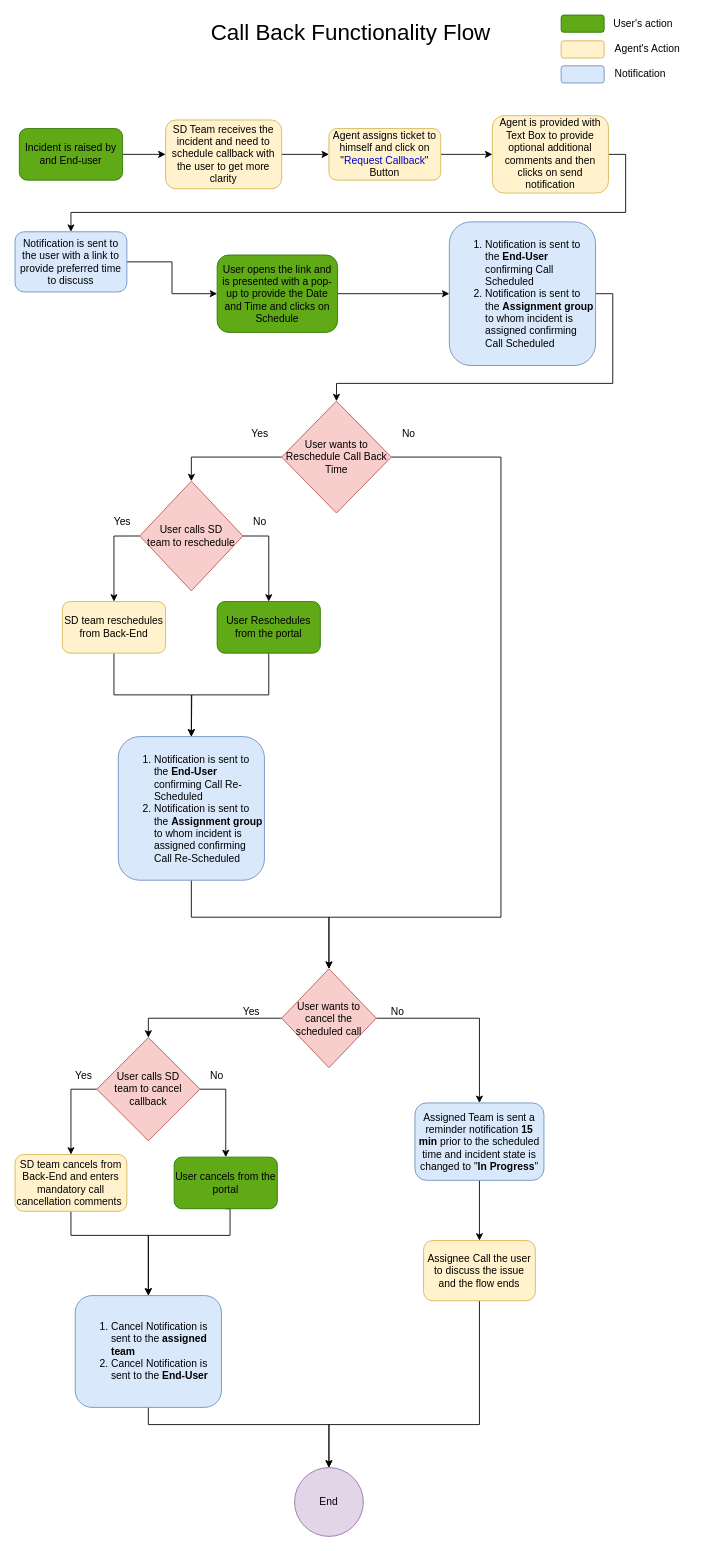
The draw.io diagram Untitled Diagram.drawio in sunjyot1993/Call-Back-Flow, before the edit. Source tidied: cells renumbered, new cells numbered last; positions are measured from the earlier drawing's top-left corner, leaving out a move shared by most shapes. Both pictures are drawn from the tidied source at 86%, with x=0, y=0 at pixel (15, 15).
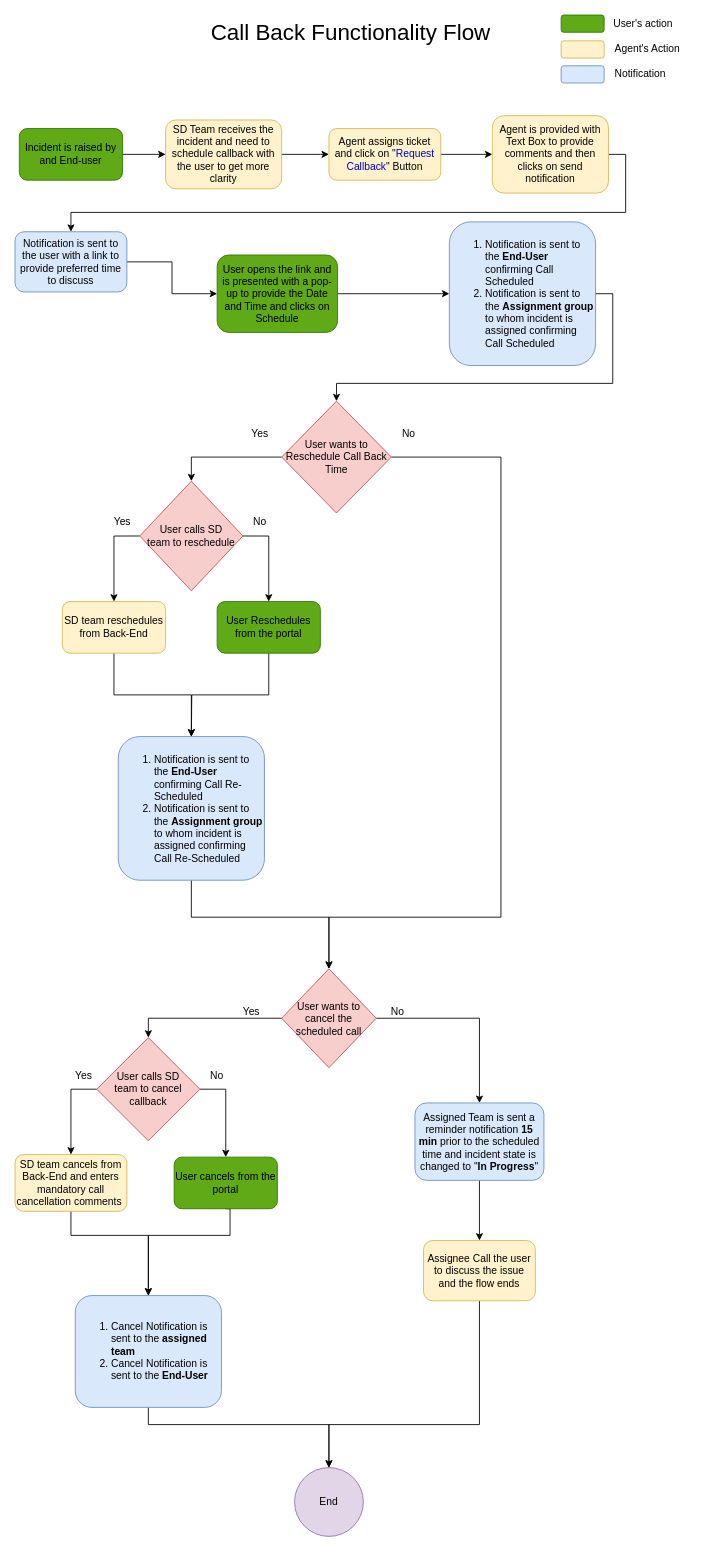
After the change.

What changed in the source:
```diff
@@
-    <mxCell id="7" value="Agent assigns ticket to himself and click on &quot;&lt;font color=&quot;#0000cc&quot;&gt;Request Callback&lt;/font&gt;&quot; Button" style="rounded=1;whiteSpace=wrap;html=1;fillColor=#fff2cc;strokeColor=#d6b656;" parent="1" vertex="1">
+    <mxCell id="7" value="Agent assigns ticket and click on &quot;&lt;font color=&quot;#0000cc&quot;&gt;Request Callback&lt;/font&gt;&quot; Button" style="rounded=1;whiteSpace=wrap;html=1;fillColor=#fff2cc;strokeColor=#d6b656;" parent="1" vertex="1">
       <mxGeometry x="365" y="132" width="130" height="60" as="geometry" />
     </mxCell>
@@
-    <mxCell id="9" value="Agent is provided with Text Box to provide optional additional comments and then clicks on send notification" style="rounded=1;whiteSpace=wrap;html=1;fillColor=#fff2cc;strokeColor=#d6b656;" parent="1" vertex="1">
+    <mxCell id="9" value="Agent is provided with Text Box to provide comments and then clicks on send notification" style="rounded=1;whiteSpace=wrap;html=1;fillColor=#fff2cc;strokeColor=#d6b656;" parent="1" vertex="1">
       <mxGeometry x="555" y="117" width="135" height="90" as="geometry" />
     </mxCell>
```
